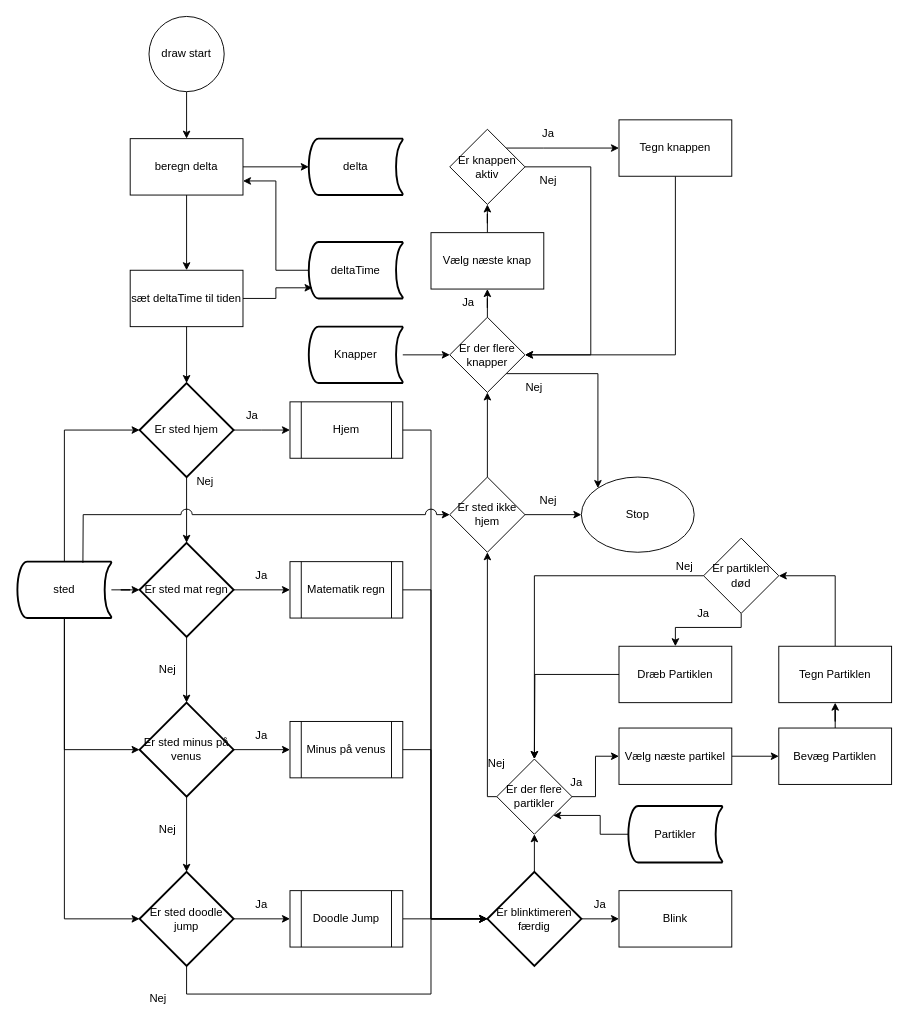
Before: Flow diagram draw kledyr.drawio in Penyatta/Digitalt-k-ledyr, a draw.io diagram. Source tidied: cells renumbered, new cells numbered last; positions are measured from the earlier drawing's top-left corner, leaving out a move shared by most shapes. Both pictures are drawn from the tidied source at 94%, with x=0, y=0 at pixel (17, 16).
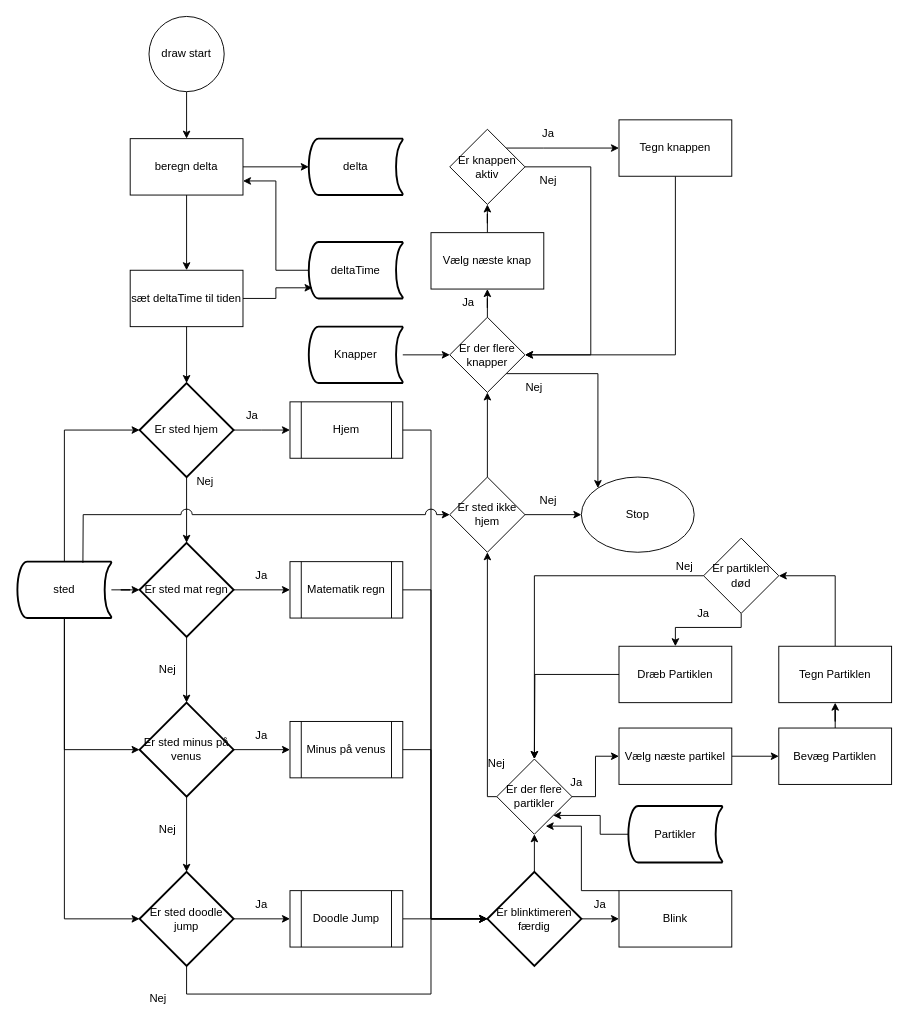
The same diagram, later.

The change refers to these unchanged cells:
```xml
<mxCell id="49" value="Blink" style="rounded=0;whiteSpace=wrap;html=1;" parent="1" vertex="1">
  <mxGeometry x="640" y="930" width="120" height="60" as="geometry" />
</mxCell>
<mxCell id="55" value="Er der flere partikler" style="rhombus;whiteSpace=wrap;html=1;" parent="1" vertex="1">
  <mxGeometry x="510" y="790" width="80" height="80" as="geometry" />
</mxCell>
```

The edit, as a diff of the source:
```diff
@@
+    <mxCell id="93" style="edgeStyle=orthogonalEdgeStyle;rounded=0;jettySize=auto;html=1;entryX=0.65;entryY=0.892;entryDx=0;entryDy=0;entryPerimeter=0;" parent="1" edge="1" source="49" target="55">
+      <mxGeometry relative="1" as="geometry">
+        <Array as="points">
+          <mxPoint x="600" y="930" />
+          <mxPoint x="600" y="861" />
+        </Array>
+      </mxGeometry>
+    </mxCell>
```
